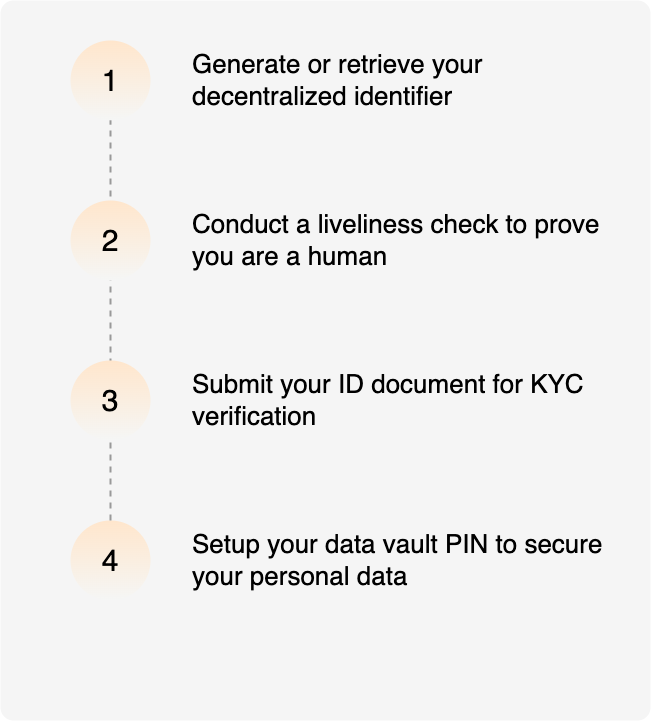
The draw.io diagram src/assets/page0.png in hypersign-protocol/hypersign-kyc-widget, before a commit. Source tidied: cells renumbered, new cells last; positions are measured from the earlier drawing's top-left corner, leaving out a move shared by most shapes. Source of this version:
```xml
<mxGraphModel>
  <root>
    <mxCell id="0" />
    <mxCell id="1" parent="0" />
    <mxCell id="2" style="rounded=1;whiteSpace=wrap;html=1;arcSize=2;fillColor=#f5f5f5;strokeColor=none;" parent="1" vertex="1">
      <mxGeometry width="650" height="720" as="geometry" />
    </mxCell>
    <mxCell id="3" value="&lt;font style=&quot;font-size: 30px;&quot;&gt;1&lt;/font&gt;" style="ellipse;whiteSpace=wrap;html=1;fillColor=#ffe6cc;strokeColor=none;gradientColor=#F5F6F5;" parent="1" vertex="1">
      <mxGeometry x="70" y="40" width="80" height="80" as="geometry" />
    </mxCell>
    <mxCell id="4" value="&lt;font style=&quot;font-size: 26px;&quot;&gt;Generate or retrieve your decentralized identifier&lt;/font&gt;" style="text;html=1;strokeColor=none;fillColor=none;align=left;verticalAlign=middle;whiteSpace=wrap;rounded=0;" parent="1" vertex="1">
      <mxGeometry x="190" y="65" width="420" height="30" as="geometry" />
    </mxCell>
    <mxCell id="5" value="&lt;font style=&quot;font-size: 26px;&quot;&gt;Conduct a liveliness check to prove you are a human&lt;/font&gt;" style="text;html=1;strokeColor=none;fillColor=none;align=left;verticalAlign=middle;whiteSpace=wrap;rounded=0;" parent="1" vertex="1">
      <mxGeometry x="190" y="225" width="420" height="30" as="geometry" />
    </mxCell>
    <mxCell id="6" value="&lt;font style=&quot;font-size: 26px;&quot;&gt;Submit your ID document for KYC verification&lt;/font&gt;" style="text;html=1;strokeColor=none;fillColor=none;align=left;verticalAlign=middle;whiteSpace=wrap;rounded=0;" parent="1" vertex="1">
      <mxGeometry x="190" y="385" width="420" height="30" as="geometry" />
    </mxCell>
    <mxCell id="7" value="&lt;font style=&quot;font-size: 26px;&quot;&gt;Setup your data vault PIN to secure your personal data&lt;/font&gt;" style="text;html=1;strokeColor=none;fillColor=none;align=left;verticalAlign=middle;whiteSpace=wrap;rounded=0;" parent="1" vertex="1">
      <mxGeometry x="190" y="545" width="420" height="30" as="geometry" />
    </mxCell>
    <mxCell id="8" value="&lt;font style=&quot;font-size: 30px;&quot;&gt;4&lt;/font&gt;" style="ellipse;whiteSpace=wrap;html=1;fillColor=#ffe6cc;strokeColor=none;gradientColor=#F5F6F5;" parent="1" vertex="1">
      <mxGeometry x="70" y="520" width="80" height="80" as="geometry" />
    </mxCell>
    <mxCell id="9" style="endArrow=none;dashed=1;html=1;rounded=0;fontSize=30;entryX=0.5;entryY=1;entryDx=0;entryDy=0;exitX=0.5;exitY=0;exitDx=0;exitDy=0;strokeWidth=2;strokeColor=#999999;" parent="1" edge="1" source="8" target="3">
      <mxGeometry relative="1" as="geometry" />
    </mxCell>
    <mxCell id="10" value="&lt;font style=&quot;font-size: 30px;&quot;&gt;2&lt;/font&gt;" style="ellipse;whiteSpace=wrap;html=1;fillColor=#ffe6cc;strokeColor=none;gradientColor=#F5F6F5;" parent="1" vertex="1">
      <mxGeometry x="70" y="200" width="80" height="80" as="geometry" />
    </mxCell>
    <mxCell id="11" value="&lt;font style=&quot;font-size: 30px;&quot;&gt;3&lt;/font&gt;" style="ellipse;whiteSpace=wrap;html=1;fillColor=#ffe6cc;strokeColor=none;gradientColor=#F5F6F5;" parent="1" vertex="1">
      <mxGeometry x="70" y="360" width="80" height="80" as="geometry" />
    </mxCell>
  </root>
</mxGraphModel>
```
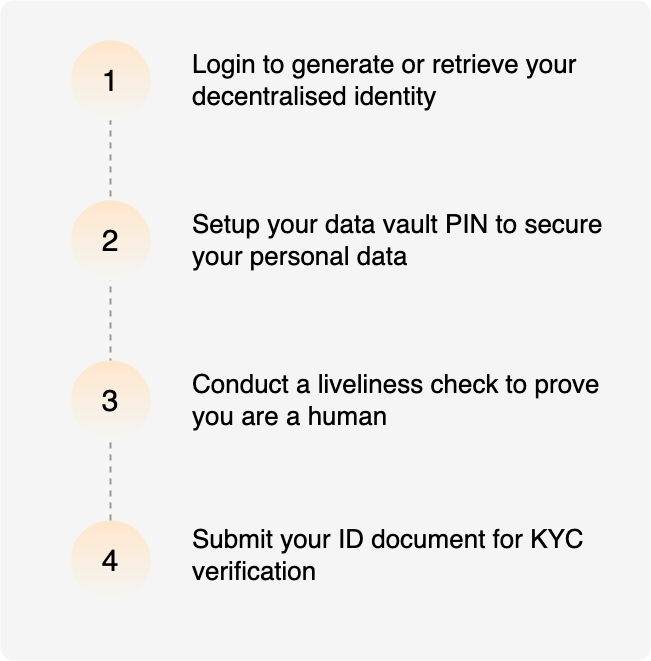
The same diagram one commit later.

What changed in the source:
```diff
@@ -2,23 +2,23 @@
   <root>
     <mxCell id="0" />
     <mxCell id="1" parent="0" />
-    <mxCell id="2" style="rounded=1;whiteSpace=wrap;html=1;arcSize=2;fillColor=#f5f5f5;strokeColor=none;" parent="1" vertex="1">
-      <mxGeometry width="650" height="720" as="geometry" />
-    </mxCell>
+    <mxCell id="12" style="rounded=1;whiteSpace=wrap;html=1;arcSize=2;fillColor=#f5f5f5;strokeColor=none;" parent="1" vertex="1">
+      <mxGeometry width="650" height="660" as="geometry" />
+    </mxCell>
     <mxCell id="3" value="&lt;font style=&quot;font-size: 30px;&quot;&gt;1&lt;/font&gt;" style="ellipse;whiteSpace=wrap;html=1;fillColor=#ffe6cc;strokeColor=none;gradientColor=#F5F6F5;" parent="1" vertex="1">
       <mxGeometry x="70" y="40" width="80" height="80" as="geometry" />
     </mxCell>
-    <mxCell id="4" value="&lt;font style=&quot;font-size: 26px;&quot;&gt;Generate or retrieve your decentralized identifier&lt;/font&gt;" style="text;html=1;strokeColor=none;fillColor=none;align=left;verticalAlign=middle;whiteSpace=wrap;rounded=0;" parent="1" vertex="1">
-      <mxGeometry x="190" y="65" width="420" height="30" as="geometry" />
-    </mxCell>
+    <mxCell id="13" value="&lt;font style=&quot;font-size: 26px;&quot;&gt;Login to generate or retrieve your decentralised identity&lt;/font&gt;" style="text;html=1;strokeColor=none;fillColor=none;align=left;verticalAlign=middle;whiteSpace=wrap;rounded=0;" parent="1" vertex="1">
+      <mxGeometry x="190" y="65" width="420" height="30" as="geometry" />
+    </mxCell>
     <mxCell id="5" value="&lt;font style=&quot;font-size: 26px;&quot;&gt;Conduct a liveliness check to prove you are a human&lt;/font&gt;" style="text;html=1;strokeColor=none;fillColor=none;align=left;verticalAlign=middle;whiteSpace=wrap;rounded=0;" parent="1" vertex="1">
-      <mxGeometry x="190" y="225" width="420" height="30" as="geometry" />
+      <mxGeometry x="190" y="385" width="420" height="30" as="geometry" />
     </mxCell>
-    <mxCell id="6" value="&lt;font style=&quot;font-size: 26px;&quot;&gt;Submit your ID document for KYC verification&lt;/font&gt;" style="text;html=1;strokeColor=none;fillColor=none;align=left;verticalAlign=middle;whiteSpace=wrap;rounded=0;" parent="1" vertex="1">
-      <mxGeometry x="190" y="385" width="420" height="30" as="geometry" />
+    <mxCell id="6" value="&lt;font style=&quot;font-size: 26px;&quot;&gt;Submit your ID document for KYC verification&lt;/font&gt;" style="text;html=1;strokeColor=none;fillColor=#f5f5f5;align=left;verticalAlign=middle;whiteSpace=wrap;rounded=0;" parent="1" vertex="1">
+      <mxGeometry x="190" y="540" width="420" height="30" as="geometry" />
     </mxCell>
     <mxCell id="7" value="&lt;font style=&quot;font-size: 26px;&quot;&gt;Setup your data vault PIN to secure your personal data&lt;/font&gt;" style="text;html=1;strokeColor=none;fillColor=none;align=left;verticalAlign=middle;whiteSpace=wrap;rounded=0;" parent="1" vertex="1">
-      <mxGeometry x="190" y="545" width="420" height="30" as="geometry" />
+      <mxGeometry x="190" y="225" width="420" height="30" as="geometry" />
     </mxCell>
     <mxCell id="8" value="&lt;font style=&quot;font-size: 30px;&quot;&gt;4&lt;/font&gt;" style="ellipse;whiteSpace=wrap;html=1;fillColor=#ffe6cc;strokeColor=none;gradientColor=#F5F6F5;" parent="1" vertex="1">
       <mxGeometry x="70" y="520" width="80" height="80" as="geometry" />
```
